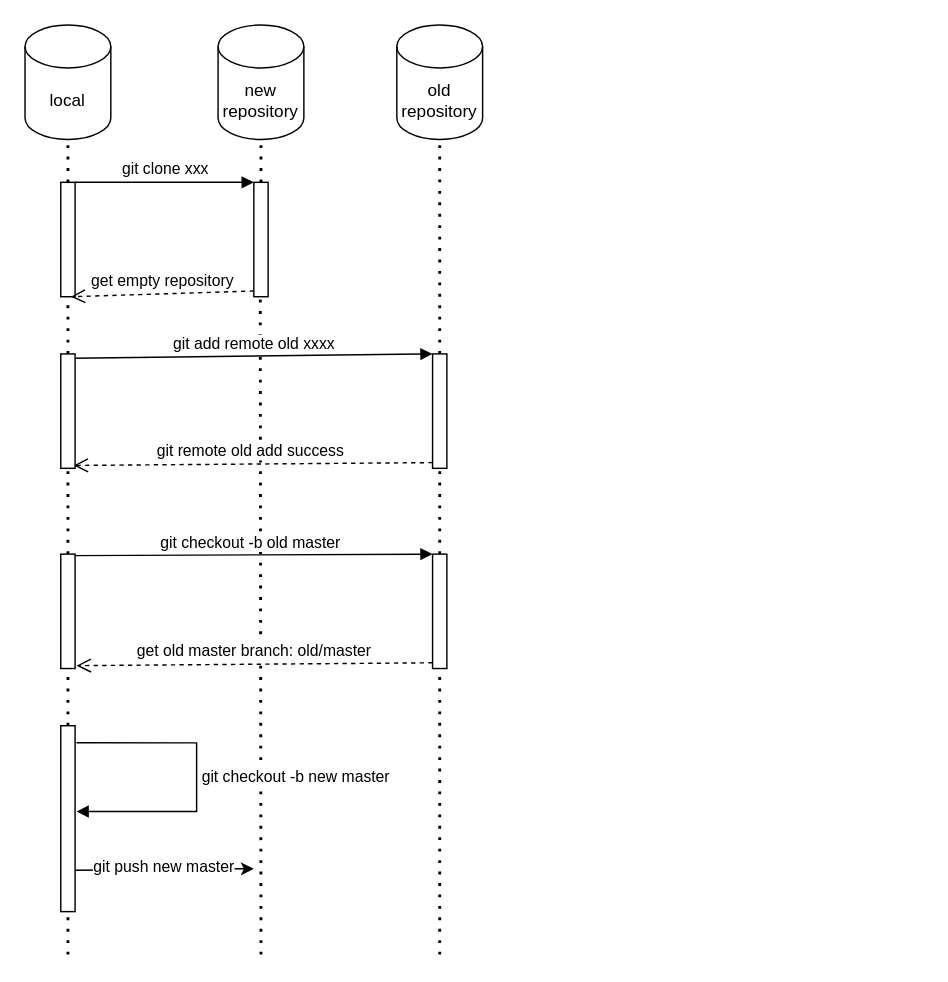
The draw.io diagram Untitled Diagram.drawio in yaxunliu/KLine, before the edit. Source tidied: cells renumbered, new cells numbered last; positions are measured from the earlier drawing's top-left corner, leaving out a move shared by most shapes. Both pictures are drawn from the tidied source at 143%, with x=0, y=0 at pixel (24, 24).
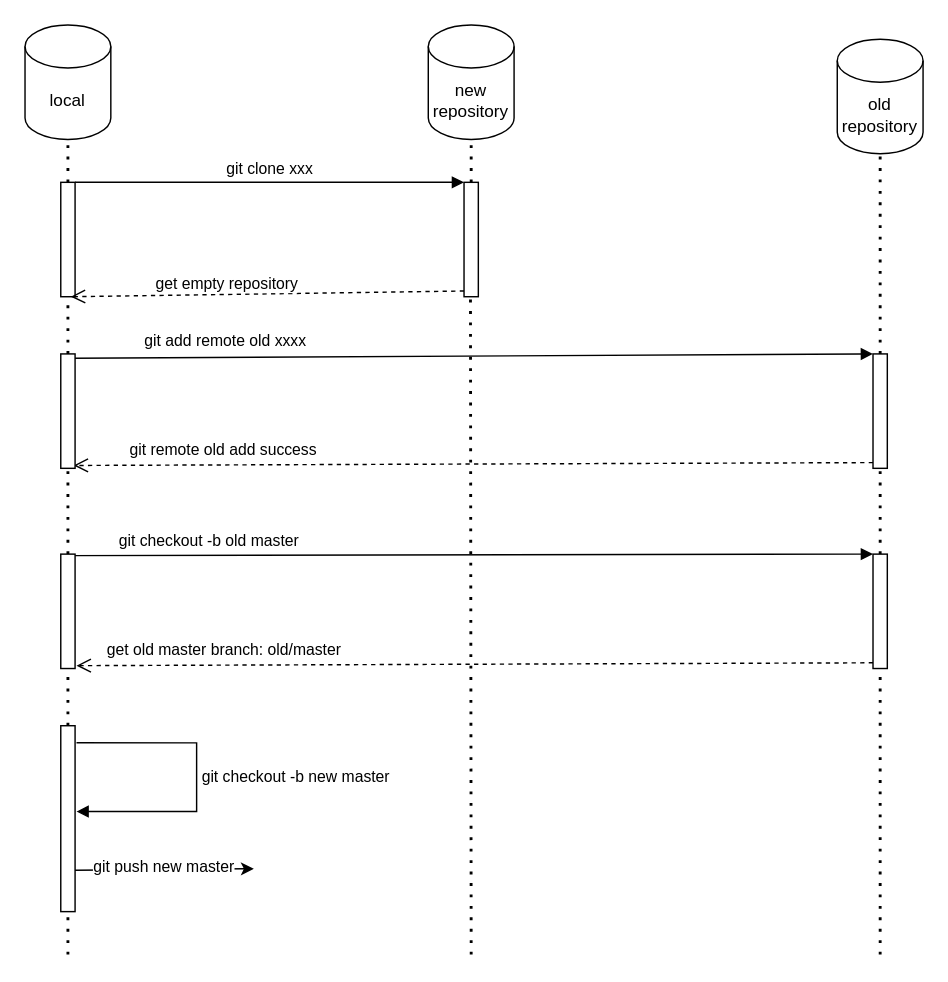
Above is the later version.

Commit message:
git repository migrate

The change refers to these unchanged cells:
```xml
<mxCell id="8" style="html=1;points=[];perimeter=orthogonalPerimeter;" parent="1" vertex="1">
  <mxGeometry x="25" y="110" width="10" height="80" as="geometry" />
</mxCell>
<mxCell id="18" style="html=1;points=[];perimeter=orthogonalPerimeter;" parent="1" vertex="1">
  <mxGeometry x="25" y="370" width="10" height="80" as="geometry" />
</mxCell>
<mxCell id="24" style="html=1;points=[];perimeter=orthogonalPerimeter;" parent="1" vertex="1">
  <mxGeometry x="25" y="230" width="10" height="80" as="geometry" />
</mxCell>
```

Change to the diagram source:
```diff
@@
     <mxCell id="3" value="new repository" style="shape=cylinder3;whiteSpace=wrap;html=1;boundedLbl=1;backgroundOutline=1;size=15;" parent="1" vertex="1">
-      <mxGeometry x="135" width="60" height="80" as="geometry" />
+      <mxGeometry x="282" width="60" height="80" as="geometry" />
     </mxCell>
     <mxCell id="4" value="old repository" style="shape=cylinder3;whiteSpace=wrap;html=1;boundedLbl=1;backgroundOutline=1;size=15;" parent="1" vertex="1">
-      <mxGeometry x="260" width="60" height="80" as="geometry" />
+      <mxGeometry x="568" y="10" width="60" height="80" as="geometry" />
     </mxCell>
@@
-    <mxCell id="6" style="endArrow=none;dashed=1;html=1;dashPattern=1 3;strokeWidth=2;rounded=0;entryX=0.5;entryY=1;entryDx=0;entryDy=0;entryPerimeter=0;startArrow=none;" parent="1" edge="1" source="11" target="3">
-      <mxGeometry relative="1" as="geometry" />
+    <mxCell id="6" style="endArrow=none;dashed=1;html=1;dashPattern=1 3;strokeWidth=2;rounded=0;entryX=0.5;entryY=1;entryDx=0;entryDy=0;entryPerimeter=0;startArrow=none;" parent="1" edge="1" source="11">
+      <mxGeometry relative="1" as="geometry">
+        <mxPoint x="312" y="80" as="targetPoint" />
+      </mxGeometry>
     </mxCell>
@@
     <mxCell id="10" style="endArrow=none;dashed=1;html=1;dashPattern=1 3;strokeWidth=2;rounded=0;entryX=0.5;entryY=1;entryDx=0;entryDy=0;entryPerimeter=0;" parent="1" edge="1">
       <mxGeometry relative="1" as="geometry">
-        <mxPoint x="165" y="650" as="sourcePoint" />
-        <mxPoint x="164.5" y="190" as="targetPoint" />
+        <mxPoint x="312" y="650" as="sourcePoint" />
+        <mxPoint x="311.5" y="190" as="targetPoint" />
       </mxGeometry>
     </mxCell>
     <mxCell id="11" style="html=1;points=[];perimeter=orthogonalPerimeter;" parent="1" vertex="1">
-      <mxGeometry x="160" y="110" width="10" height="80" as="geometry" />
+      <mxGeometry x="307" y="110" width="10" height="80" as="geometry" />
     </mxCell>
@@
     <mxCell id="13" value="get empty repository" style="html=1;verticalAlign=bottom;endArrow=open;dashed=1;endSize=8;exitX=0;exitY=0.95;rounded=0;entryX=0.7;entryY=1;entryDx=0;entryDy=0;entryPerimeter=0;" parent="1" edge="1" source="11" target="8">
-      <mxGeometry relative="1" as="geometry" />
+      <mxGeometry x="0.21" y="2" relative="1" as="geometry" />
     </mxCell>
     <mxCell id="14" value="git add remote old xxxx" style="html=1;verticalAlign=bottom;endArrow=block;entryX=0;entryY=0;rounded=0;exitX=0.9;exitY=0.038;exitDx=0;exitDy=0;exitPerimeter=0;" parent="1" edge="1" source="24" target="22">
-      <mxGeometry relative="1" as="geometry" />
+      <mxGeometry x="-0.62" y="2" relative="1" as="geometry" />
     </mxCell>
     <mxCell id="15" value="git remote old add success&amp;nbsp;" style="html=1;verticalAlign=bottom;endArrow=open;dashed=1;endSize=8;exitX=0;exitY=0.95;rounded=0;entryX=0.9;entryY=0.975;entryDx=0;entryDy=0;entryPerimeter=0;" parent="1" edge="1" source="22" target="24">
-      <mxGeometry relative="1" as="geometry" />
+      <mxGeometry x="0.62" y="-2" relative="1" as="geometry" />
     </mxCell>
     <mxCell id="16" value="git checkout -b old master&amp;nbsp;" style="html=1;verticalAlign=bottom;endArrow=block;entryX=0;entryY=0;rounded=0;exitX=0.7;exitY=0.013;exitDx=0;exitDy=0;exitPerimeter=0;" parent="1" edge="1" source="18" target="20">
-      <mxGeometry relative="1" as="geometry" />
+      <mxGeometry x="-0.65" y="1" relative="1" as="geometry" />
     </mxCell>
     <mxCell id="17" value="get old master branch: old/master" style="html=1;verticalAlign=bottom;endArrow=open;dashed=1;endSize=8;exitX=0;exitY=0.95;rounded=0;entryX=1.1;entryY=0.975;entryDx=0;entryDy=0;entryPerimeter=0;" parent="1" edge="1" source="20" target="18">
-      <mxGeometry relative="1" as="geometry" />
+      <mxGeometry x="0.63" y="-2" relative="1" as="geometry" />
     </mxCell>
@@
     <mxCell id="20" style="html=1;points=[];perimeter=orthogonalPerimeter;" parent="1" vertex="1">
-      <mxGeometry x="285" y="370" width="10" height="80" as="geometry" />
+      <mxGeometry x="593" y="370" width="10" height="80" as="geometry" />
     </mxCell>
     <mxCell id="21" style="endArrow=none;dashed=1;html=1;dashPattern=1 3;strokeWidth=2;rounded=0;entryX=0.5;entryY=1;entryDx=0;entryDy=0;entryPerimeter=0;" parent="1" edge="1" target="20">
       <mxGeometry relative="1" as="geometry">
-        <mxPoint x="290" y="650" as="sourcePoint" />
+        <mxPoint x="598" y="650" as="sourcePoint" />
       </mxGeometry>
     </mxCell>
     <mxCell id="22" style="html=1;points=[];perimeter=orthogonalPerimeter;" parent="1" vertex="1">
-      <mxGeometry x="285" y="230" width="10" height="80" as="geometry" />
+      <mxGeometry x="593" y="230" width="10" height="80" as="geometry" />
     </mxCell>
```
